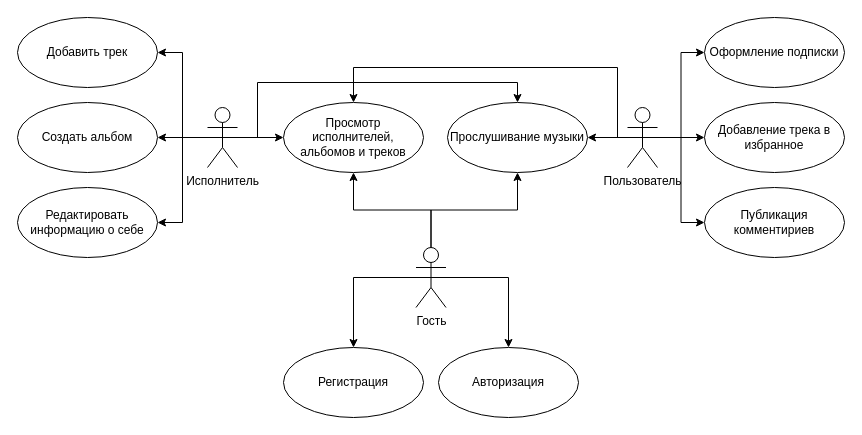
hanoys/sigma-music keeps this draw.io diagram as pics/use-cases.drawio. Above is the earlier version. Source tidied: cells renumbered, new cells numbered last; positions are measured from the earlier drawing's top-left corner, leaving out a move shared by most shapes. Both pictures are drawn from the tidied source at 100%, with x=0, y=0 at pixel (17, 17).
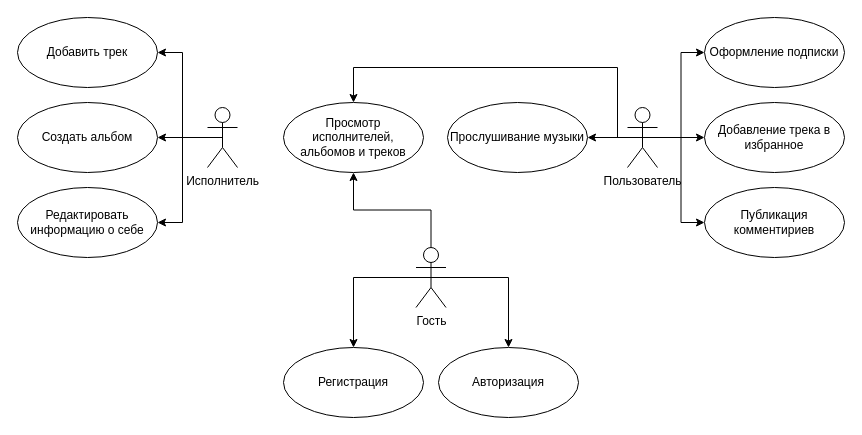
The same page after the edit.

Unchanged cells that the change refers to:
```xml
<mxCell id="7" value="Исполнитель" style="shape=umlActor;verticalLabelPosition=bottom;verticalAlign=top;html=1;" parent="1" vertex="1">
  <mxGeometry x="190" y="90" width="30" height="60" as="geometry" />
</mxCell>
<mxCell id="18" value="Гость" style="shape=umlActor;verticalLabelPosition=bottom;verticalAlign=top;html=1;" parent="1" vertex="1">
  <mxGeometry x="398.5" y="230" width="30" height="60" as="geometry" />
</mxCell>
<mxCell id="27" value="Прослушивание музыки" style="ellipse;whiteSpace=wrap;html=1;" parent="1" vertex="1">
  <mxGeometry x="430" y="85" width="140" height="70" as="geometry" />
</mxCell>
<mxCell id="28" value="Просмотр исполнителей, альбомов и треков" style="ellipse;whiteSpace=wrap;html=1;" parent="1" vertex="1">
  <mxGeometry x="266" y="85" width="140" height="70" as="geometry" />
</mxCell>
```

What changed in the source:
```diff
@@
-    <mxCell id="5" style="edgeStyle=orthogonalEdgeStyle;rounded=0;jettySize=auto;html=1;exitX=0.5;exitY=0.5;exitDx=0;exitDy=0;exitPerimeter=0;entryX=0;entryY=0.5;entryDx=0;entryDy=0;" parent="1" edge="1" source="7" target="28">
-      <mxGeometry relative="1" as="geometry" />
-    </mxCell>
-    <mxCell id="6" style="edgeStyle=orthogonalEdgeStyle;rounded=0;jettySize=auto;html=1;exitX=0.5;exitY=0.5;exitDx=0;exitDy=0;exitPerimeter=0;entryX=0.5;entryY=0;entryDx=0;entryDy=0;" parent="1" edge="1" source="7" target="27">
-      <mxGeometry relative="1" as="geometry">
-        <Array as="points">
-          <mxPoint x="240" y="120" />
-          <mxPoint x="240" y="65" />
-          <mxPoint x="500" y="65" />
-        </Array>
-      </mxGeometry>
-    </mxCell>
@@
-    <mxCell id="15" style="edgeStyle=orthogonalEdgeStyle;rounded=0;jettySize=auto;html=1;exitX=0.5;exitY=0;exitDx=0;exitDy=0;exitPerimeter=0;" parent="1" edge="1" source="18" target="27">
-      <mxGeometry relative="1" as="geometry" />
-    </mxCell>
```
